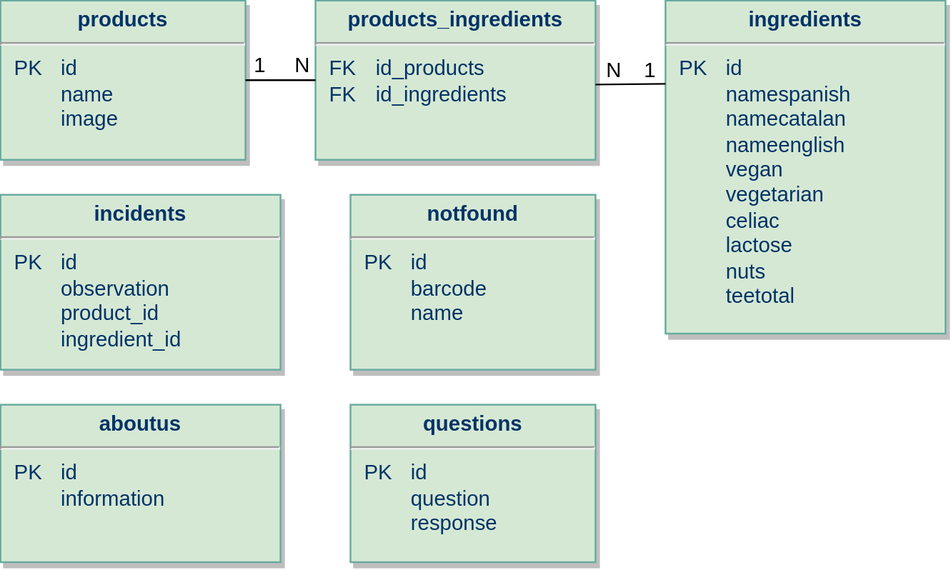
Before: Diagramas/Diagrama_Model-Relacional_TaamApp.svg, a diagram exported from draw.io (1601230/Taam-App). Source tidied: cells renumbered, new cells last; positions are measured from the earlier drawing's top-left corner, leaving out a move shared by most shapes.
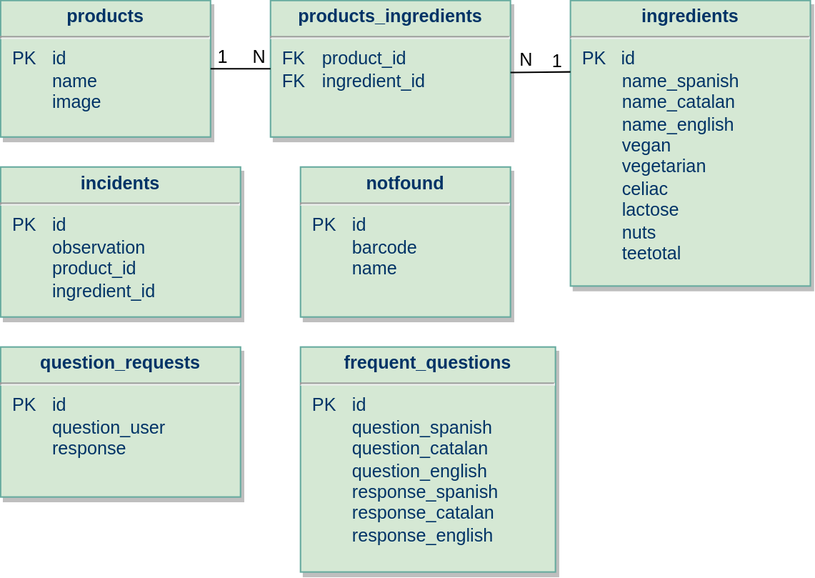
The same diagram one commit later.

Diff of the diagram source:
```diff
@@ -2,19 +2,19 @@
   <root>
     <mxCell id="0" />
     <mxCell id="1" parent="0" />
-    <mxCell id="2" value="&lt;p style=&quot;margin: 4px 0px 0px; text-align: center;&quot;&gt;&lt;b style=&quot;&quot;&gt;products_ingredients&lt;/b&gt;&lt;/p&gt;&lt;hr&gt;&lt;p style=&quot;margin: 0px; margin-left: 8px;&quot;&gt;FK&lt;span style=&quot;white-space: pre;&quot;&gt; &lt;span style=&quot;white-space: pre;&quot;&gt;&#9;&lt;/span&gt;&lt;/span&gt;id_products&lt;br&gt;&lt;/p&gt;&lt;p style=&quot;margin: 0px; margin-left: 8px;&quot;&gt;FK&lt;span style=&quot;white-space: pre;&quot;&gt; &lt;span style=&quot;white-space: pre;&quot;&gt;&#9;&lt;/span&gt;&lt;/span&gt;id_ingredients&lt;/p&gt;" style="verticalAlign=top;align=left;overflow=fill;fontSize=12;fontFamily=Helvetica;html=1;strokeColor=#67AB9F;shadow=1;fillColor=#D5E8D4;fontColor=#003366;" parent="1" vertex="1">
+    <mxCell id="2" value="&lt;p style=&quot;margin: 4px 0px 0px; text-align: center;&quot;&gt;&lt;b style=&quot;&quot;&gt;products_ingredients&lt;/b&gt;&lt;/p&gt;&lt;hr&gt;&lt;p style=&quot;margin: 0px; margin-left: 8px;&quot;&gt;FK&lt;span style=&quot;white-space: pre;&quot;&gt; &lt;span style=&quot;white-space: pre;&quot;&gt; &lt;span style=&quot;white-space: pre;&quot;&gt;&#9;&lt;/span&gt;&lt;/span&gt;&lt;/span&gt;product_id&lt;br&gt;&lt;/p&gt;&lt;p style=&quot;margin: 0px; margin-left: 8px;&quot;&gt;FK&lt;span style=&quot;white-space: pre;&quot;&gt; &lt;span style=&quot;white-space: pre;&quot;&gt; &lt;span style=&quot;white-space: pre;&quot;&gt;&#9;&lt;/span&gt;&lt;/span&gt;&lt;/span&gt;ingredient_id&lt;/p&gt;" style="verticalAlign=top;align=left;overflow=fill;fontSize=12;fontFamily=Helvetica;html=1;strokeColor=#67AB9F;shadow=1;fillColor=#D5E8D4;fontColor=#003366;" parent="1" vertex="1">
       <mxGeometry x="180" width="160" height="91" as="geometry" />
     </mxCell>
-    <mxCell id="3" value="&lt;p style=&quot;margin: 4px 0px 0px; text-align: center;&quot;&gt;&lt;b style=&quot;&quot;&gt;notfound&lt;/b&gt;&lt;/p&gt;&lt;hr&gt;&lt;p style=&quot;margin: 0px; margin-left: 8px;&quot;&gt;PK&lt;span style=&quot;white-space: pre;&quot;&gt; &lt;span style=&quot;white-space: pre;&quot;&gt;&#9;&lt;/span&gt;&lt;/span&gt;id&lt;/p&gt;&lt;p style=&quot;margin: 0px; margin-left: 8px;&quot;&gt;&lt;span style=&quot;white-space: pre;&quot;&gt; &lt;span style=&quot;white-space: pre;&quot;&gt; &lt;span style=&quot;white-space: pre;&quot;&gt;&#9;&lt;/span&gt;&lt;/span&gt;&lt;/span&gt;barcode&lt;/p&gt;&lt;p style=&quot;margin: 0px; margin-left: 8px;&quot;&gt;&lt;span style=&quot;white-space: pre;&quot;&gt; &lt;span style=&quot;white-space: pre;&quot;&gt;&#9;&lt;/span&gt;&lt;/span&gt;name&lt;/p&gt;" style="verticalAlign=top;align=left;overflow=fill;fontSize=12;fontFamily=Helvetica;html=1;strokeColor=#67AB9F;shadow=1;fillColor=#D5E8D4;fontColor=#003366;" parent="1" vertex="1">
+    <mxCell id="3" value="&lt;p style=&quot;margin: 4px 0px 0px; text-align: center;&quot;&gt;&lt;b style=&quot;&quot;&gt;notfound&lt;/b&gt;&lt;/p&gt;&lt;hr&gt;&lt;p style=&quot;margin: 0px; margin-left: 8px;&quot;&gt;PK&lt;span style=&quot;white-space: pre;&quot;&gt; &lt;span style=&quot;white-space: pre;&quot;&gt; &lt;span style=&quot;white-space: pre;&quot;&gt;&#9;&lt;/span&gt;&lt;/span&gt;&lt;/span&gt;id&lt;/p&gt;&lt;p style=&quot;margin: 0px; margin-left: 8px;&quot;&gt;&lt;span style=&quot;white-space: pre;&quot;&gt; &lt;span style=&quot;white-space: pre;&quot;&gt; &lt;span style=&quot;white-space: pre;&quot;&gt; &lt;span style=&quot;white-space: pre;&quot;&gt;&#9;&lt;/span&gt;&lt;/span&gt;&lt;/span&gt;&lt;/span&gt;barcode&lt;/p&gt;&lt;p style=&quot;margin: 0px; margin-left: 8px;&quot;&gt;&lt;span style=&quot;white-space: pre;&quot;&gt; &lt;span style=&quot;white-space: pre;&quot;&gt; &lt;span style=&quot;white-space: pre;&quot;&gt;&#9;&lt;/span&gt;&lt;/span&gt;&lt;/span&gt;name&lt;/p&gt;" style="verticalAlign=top;align=left;overflow=fill;fontSize=12;fontFamily=Helvetica;html=1;strokeColor=#67AB9F;shadow=1;fillColor=#D5E8D4;fontColor=#003366;" parent="1" vertex="1">
       <mxGeometry x="200" y="111" width="140" height="100" as="geometry" />
     </mxCell>
-    <mxCell id="4" value="&lt;p style=&quot;margin: 4px 0px 0px; text-align: center;&quot;&gt;&lt;b style=&quot;&quot;&gt;incidents&lt;/b&gt;&lt;/p&gt;&lt;hr&gt;&lt;p style=&quot;margin: 0px; margin-left: 8px;&quot;&gt;PK&lt;span style=&quot;white-space: pre;&quot;&gt; &lt;span style=&quot;white-space: pre;&quot;&gt;&#9;&lt;/span&gt;&lt;/span&gt;id&lt;/p&gt;&lt;p style=&quot;margin: 0px; margin-left: 8px;&quot;&gt;&lt;span style=&quot;white-space: pre;&quot;&gt; &lt;span style=&quot;white-space: pre;&quot;&gt; &lt;span style=&quot;white-space: pre;&quot;&gt;&#9;&lt;/span&gt;&lt;/span&gt;&lt;/span&gt;observation&lt;/p&gt;&lt;p style=&quot;margin: 0px; margin-left: 8px;&quot;&gt;&lt;span style=&quot;white-space: pre;&quot;&gt; &lt;span style=&quot;white-space: pre;&quot;&gt; &lt;span style=&quot;white-space: pre;&quot;&gt;&#9;&lt;/span&gt;&lt;/span&gt;&lt;/span&gt;product_id&lt;/p&gt;&lt;p style=&quot;margin: 0px; margin-left: 8px;&quot;&gt;&lt;span style=&quot;white-space: pre;&quot;&gt; &lt;span style=&quot;white-space: pre;&quot;&gt; &lt;span style=&quot;white-space: pre;&quot;&gt;&#9;&lt;/span&gt;&lt;/span&gt;&lt;/span&gt;ingredient_id&lt;/p&gt;" style="verticalAlign=top;align=left;overflow=fill;fontSize=12;fontFamily=Helvetica;html=1;strokeColor=#67AB9F;shadow=1;fillColor=#D5E8D4;fontColor=#003366;" parent="1" vertex="1">
+    <mxCell id="4" value="&lt;p style=&quot;margin: 4px 0px 0px; text-align: center;&quot;&gt;&lt;b style=&quot;&quot;&gt;incidents&lt;/b&gt;&lt;/p&gt;&lt;hr&gt;&lt;p style=&quot;margin: 0px; margin-left: 8px;&quot;&gt;PK&lt;span style=&quot;white-space: pre;&quot;&gt; &lt;span style=&quot;white-space: pre;&quot;&gt; &lt;span style=&quot;white-space: pre;&quot;&gt;&#9;&lt;/span&gt;&lt;/span&gt;&lt;/span&gt;id&lt;/p&gt;&lt;p style=&quot;margin: 0px; margin-left: 8px;&quot;&gt;&lt;span style=&quot;white-space: pre;&quot;&gt; &lt;span style=&quot;white-space: pre;&quot;&gt; &lt;span style=&quot;white-space: pre;&quot;&gt; &lt;span style=&quot;white-space: pre;&quot;&gt;&#9;&lt;/span&gt;&lt;/span&gt;&lt;/span&gt;&lt;/span&gt;observation&lt;/p&gt;&lt;p style=&quot;margin: 0px; margin-left: 8px;&quot;&gt;&lt;span style=&quot;white-space: pre;&quot;&gt; &lt;span style=&quot;white-space: pre;&quot;&gt; &lt;span style=&quot;white-space: pre;&quot;&gt; &lt;span style=&quot;white-space: pre;&quot;&gt;&#9;&lt;/span&gt;&lt;/span&gt;&lt;/span&gt;&lt;/span&gt;product_id&lt;/p&gt;&lt;p style=&quot;margin: 0px; margin-left: 8px;&quot;&gt;&lt;span style=&quot;white-space: pre;&quot;&gt; &lt;span style=&quot;white-space: pre;&quot;&gt; &lt;span style=&quot;white-space: pre;&quot;&gt; &lt;span style=&quot;white-space: pre;&quot;&gt;&#9;&lt;/span&gt;&lt;/span&gt;&lt;/span&gt;&lt;/span&gt;ingredient_id&lt;/p&gt;" style="verticalAlign=top;align=left;overflow=fill;fontSize=12;fontFamily=Helvetica;html=1;strokeColor=#67AB9F;shadow=1;fillColor=#D5E8D4;fontColor=#003366;" parent="1" vertex="1">
       <mxGeometry y="111" width="160" height="100" as="geometry" />
     </mxCell>
-    <mxCell id="5" value="&lt;p style=&quot;margin: 4px 0px 0px; text-align: center;&quot;&gt;&lt;b style=&quot;&quot;&gt;ingredients&lt;/b&gt;&lt;/p&gt;&lt;hr&gt;&lt;p style=&quot;margin: 0px; margin-left: 8px;&quot;&gt;PK&lt;span style=&quot;white-space: pre;&quot;&gt; &lt;span style=&quot;white-space: pre;&quot;&gt; &lt;span style=&quot;white-space: pre;&quot;&gt;&#9;&lt;/span&gt;&lt;/span&gt;&lt;/span&gt;id&lt;/p&gt;&lt;p style=&quot;margin: 0px; margin-left: 8px;&quot;&gt;&lt;span style=&quot;white-space: pre;&quot;&gt; &lt;span style=&quot;white-space: pre;&quot;&gt; &lt;span style=&quot;white-space: pre;&quot;&gt;&#9;&lt;/span&gt;&lt;/span&gt;&lt;/span&gt;namespanish&lt;/p&gt;&lt;p style=&quot;margin: 0px; margin-left: 8px;&quot;&gt;&lt;span style=&quot;white-space: pre;&quot;&gt; &lt;span style=&quot;white-space: pre;&quot;&gt; &lt;span style=&quot;white-space: pre;&quot;&gt;&#9;&lt;/span&gt;&lt;/span&gt;&lt;/span&gt;namecatalan&lt;/p&gt;&lt;p style=&quot;margin: 0px; margin-left: 8px;&quot;&gt;&lt;span style=&quot;white-space: pre;&quot;&gt; &lt;span style=&quot;white-space: pre;&quot;&gt; &lt;span style=&quot;white-space: pre;&quot;&gt;&#9;&lt;/span&gt;&lt;/span&gt;&lt;/span&gt;nameenglish&lt;/p&gt;&lt;p style=&quot;margin: 0px; margin-left: 8px;&quot;&gt;&lt;span style=&quot;white-space: pre;&quot;&gt; &lt;span style=&quot;white-space: pre;&quot;&gt; &lt;span style=&quot;white-space: pre;&quot;&gt;&#9;&lt;/span&gt;&lt;/span&gt;&lt;/span&gt;vegan&lt;/p&gt;&lt;p style=&quot;margin: 0px; margin-left: 8px;&quot;&gt;&lt;span style=&quot;white-space: pre;&quot;&gt; &lt;span style=&quot;white-space: pre;&quot;&gt; &lt;span style=&quot;white-space: pre;&quot;&gt;&#9;&lt;/span&gt;&lt;/span&gt;&lt;/span&gt;vegetarian&lt;/p&gt;&lt;p style=&quot;margin: 0px; margin-left: 8px;&quot;&gt;&lt;span style=&quot;white-space: pre;&quot;&gt; &lt;span style=&quot;white-space: pre;&quot;&gt; &lt;span style=&quot;white-space: pre;&quot;&gt;&#9;&lt;/span&gt;&lt;/span&gt;&lt;/span&gt;celiac&lt;/p&gt;&lt;p style=&quot;margin: 0px; margin-left: 8px;&quot;&gt;&lt;span style=&quot;white-space: pre;&quot;&gt; &lt;span style=&quot;white-space: pre;&quot;&gt; &lt;span style=&quot;white-space: pre;&quot;&gt;&#9;&lt;/span&gt;&lt;/span&gt;&lt;/span&gt;lactose&lt;/p&gt;&lt;p style=&quot;margin: 0px; margin-left: 8px;&quot;&gt;&lt;span style=&quot;white-space: pre;&quot;&gt; &lt;span style=&quot;white-space: pre;&quot;&gt; &lt;span style=&quot;white-space: pre;&quot;&gt;&#9;&lt;/span&gt;&lt;/span&gt;&lt;/span&gt;nuts&lt;/p&gt;&lt;p style=&quot;margin: 0px; margin-left: 8px;&quot;&gt;&lt;span style=&quot;white-space: pre;&quot;&gt; &lt;span style=&quot;white-space: pre;&quot;&gt; &lt;span style=&quot;white-space: pre;&quot;&gt;&#9;&lt;/span&gt;&lt;/span&gt;&lt;/span&gt;teetotal&lt;/p&gt;" style="verticalAlign=top;align=left;overflow=fill;fontSize=12;fontFamily=Helvetica;html=1;strokeColor=#67AB9F;shadow=1;fillColor=#D5E8D4;fontColor=#003366;" parent="1" vertex="1">
+    <mxCell id="5" value="&lt;p style=&quot;margin: 4px 0px 0px; text-align: center;&quot;&gt;&lt;b style=&quot;&quot;&gt;ingredients&lt;/b&gt;&lt;/p&gt;&lt;hr&gt;&lt;p style=&quot;margin: 0px; margin-left: 8px;&quot;&gt;PK&lt;span style=&quot;white-space: pre;&quot;&gt; &lt;span style=&quot;white-space: pre;&quot;&gt; &lt;span style=&quot;white-space: pre;&quot;&gt; &lt;/span&gt;&lt;/span&gt;&lt;/span&gt;id&lt;/p&gt;&lt;p style=&quot;margin: 0px; margin-left: 8px;&quot;&gt;&lt;span style=&quot;white-space: pre;&quot;&gt; &lt;span style=&quot;white-space: pre;&quot;&gt; &lt;span style=&quot;white-space: pre;&quot;&gt; &lt;span style=&quot;white-space: pre;&quot;&gt;&#9;&lt;/span&gt;&lt;/span&gt;&lt;/span&gt;&lt;/span&gt;name_spanish&lt;/p&gt;&lt;p style=&quot;margin: 0px; margin-left: 8px;&quot;&gt;&lt;span style=&quot;white-space: pre;&quot;&gt; &lt;span style=&quot;white-space: pre;&quot;&gt; &lt;span style=&quot;white-space: pre;&quot;&gt; &lt;span style=&quot;white-space: pre;&quot;&gt;&#9;&lt;/span&gt;&lt;/span&gt;&lt;/span&gt;&lt;/span&gt;name_catalan&lt;/p&gt;&lt;p style=&quot;margin: 0px; margin-left: 8px;&quot;&gt;&lt;span style=&quot;white-space: pre;&quot;&gt; &lt;span style=&quot;white-space: pre;&quot;&gt; &lt;span style=&quot;white-space: pre;&quot;&gt;&#9;&lt;/span&gt;&lt;/span&gt;&lt;/span&gt;name_english&lt;/p&gt;&lt;p style=&quot;margin: 0px; margin-left: 8px;&quot;&gt;&lt;span style=&quot;white-space: pre;&quot;&gt; &lt;span style=&quot;white-space: pre;&quot;&gt; &lt;span style=&quot;white-space: pre;&quot;&gt; &lt;span style=&quot;white-space: pre;&quot;&gt;&#9;&lt;/span&gt;&lt;/span&gt;&lt;/span&gt;&lt;/span&gt;vegan&lt;/p&gt;&lt;p style=&quot;margin: 0px; margin-left: 8px;&quot;&gt;&lt;span style=&quot;white-space: pre;&quot;&gt; &lt;span style=&quot;white-space: pre;&quot;&gt; &lt;span style=&quot;white-space: pre;&quot;&gt; &lt;span style=&quot;white-space: pre;&quot;&gt;&#9;&lt;/span&gt;&lt;/span&gt;&lt;/span&gt;&lt;/span&gt;vegetarian&lt;/p&gt;&lt;p style=&quot;margin: 0px; margin-left: 8px;&quot;&gt;&lt;span style=&quot;white-space: pre;&quot;&gt; &lt;span style=&quot;white-space: pre;&quot;&gt; &lt;span style=&quot;white-space: pre;&quot;&gt; &lt;span style=&quot;white-space: pre;&quot;&gt;&#9;&lt;/span&gt;&lt;/span&gt;&lt;/span&gt;&lt;/span&gt;celiac&lt;/p&gt;&lt;p style=&quot;margin: 0px; margin-left: 8px;&quot;&gt;&lt;span style=&quot;white-space: pre;&quot;&gt; &lt;span style=&quot;white-space: pre;&quot;&gt; &lt;span style=&quot;white-space: pre;&quot;&gt; &lt;span style=&quot;white-space: pre;&quot;&gt;&#9;&lt;/span&gt;&lt;/span&gt;&lt;/span&gt;&lt;/span&gt;lactose&lt;/p&gt;&lt;p style=&quot;margin: 0px; margin-left: 8px;&quot;&gt;&lt;span style=&quot;white-space: pre;&quot;&gt; &lt;span style=&quot;white-space: pre;&quot;&gt; &lt;span style=&quot;white-space: pre;&quot;&gt; &lt;span style=&quot;white-space: pre;&quot;&gt;&#9;&lt;/span&gt;&lt;/span&gt;&lt;/span&gt;&lt;/span&gt;nuts&lt;/p&gt;&lt;p style=&quot;margin: 0px; margin-left: 8px;&quot;&gt;&lt;span style=&quot;white-space: pre;&quot;&gt; &lt;span style=&quot;white-space: pre;&quot;&gt; &lt;span style=&quot;white-space: pre;&quot;&gt; &lt;span style=&quot;white-space: pre;&quot;&gt;&#9;&lt;/span&gt;&lt;/span&gt;&lt;/span&gt;&lt;/span&gt;teetotal&lt;/p&gt;" style="verticalAlign=top;align=left;overflow=fill;fontSize=12;fontFamily=Helvetica;html=1;strokeColor=#67AB9F;shadow=1;fillColor=#D5E8D4;fontColor=#003366;" parent="1" vertex="1">
       <mxGeometry x="380" width="160" height="190.4" as="geometry" />
     </mxCell>
-    <mxCell id="6" value="&lt;p style=&quot;margin: 4px 0px 0px; text-align: center;&quot;&gt;&lt;b style=&quot;&quot;&gt;products&lt;/b&gt;&lt;/p&gt;&lt;hr&gt;&lt;p style=&quot;margin: 0px; margin-left: 8px;&quot;&gt;PK&lt;span style=&quot;white-space: pre;&quot;&gt; &lt;span style=&quot;white-space: pre;&quot;&gt;&#9;&lt;/span&gt;&lt;/span&gt;id&lt;/p&gt;&lt;p style=&quot;margin: 0px; margin-left: 8px;&quot;&gt;&lt;span style=&quot;white-space: pre;&quot;&gt; &lt;span style=&quot;white-space: pre;&quot;&gt; &lt;span style=&quot;white-space: pre;&quot;&gt;&#9;&lt;/span&gt;&lt;/span&gt;&lt;/span&gt;name&lt;/p&gt;&lt;p style=&quot;margin: 0px; margin-left: 8px;&quot;&gt;&lt;span style=&quot;white-space: pre;&quot;&gt;&#9;&lt;/span&gt;image&lt;br&gt;&lt;/p&gt;" style="verticalAlign=top;align=left;overflow=fill;fontSize=12;fontFamily=Helvetica;html=1;strokeColor=#67AB9F;shadow=1;fillColor=#D5E8D4;fontColor=#003366;" parent="1" vertex="1">
+    <mxCell id="6" value="&lt;p style=&quot;margin: 4px 0px 0px; text-align: center;&quot;&gt;&lt;b style=&quot;&quot;&gt;products&lt;/b&gt;&lt;/p&gt;&lt;hr&gt;&lt;p style=&quot;margin: 0px; margin-left: 8px;&quot;&gt;PK&lt;span style=&quot;white-space: pre;&quot;&gt; &lt;span style=&quot;white-space: pre;&quot;&gt; &lt;span style=&quot;white-space: pre;&quot;&gt;&#9;&lt;/span&gt;&lt;/span&gt;&lt;/span&gt;id&lt;/p&gt;&lt;p style=&quot;margin: 0px; margin-left: 8px;&quot;&gt;&lt;span style=&quot;white-space: pre;&quot;&gt; &lt;span style=&quot;white-space: pre;&quot;&gt; &lt;span style=&quot;white-space: pre;&quot;&gt; &lt;span style=&quot;white-space: pre;&quot;&gt;&#9;&lt;/span&gt;&lt;/span&gt;&lt;/span&gt;&lt;/span&gt;name&lt;/p&gt;&lt;p style=&quot;margin: 0px; margin-left: 8px;&quot;&gt;&lt;span style=&quot;white-space: pre;&quot;&gt;&lt;span style=&quot;white-space: pre;&quot;&gt;&#9;&lt;/span&gt;&lt;/span&gt;image&lt;br&gt;&lt;/p&gt;" style="verticalAlign=top;align=left;overflow=fill;fontSize=12;fontFamily=Helvetica;html=1;strokeColor=#67AB9F;shadow=1;fillColor=#D5E8D4;fontColor=#003366;" parent="1" vertex="1">
       <mxGeometry width="140" height="91" as="geometry" />
     </mxCell>
     <mxCell id="7" style="endArrow=none;html=1;rounded=0;exitX=1;exitY=0.5;exitDx=0;exitDy=0;entryX=0;entryY=0.5;entryDx=0;entryDy=0;" parent="1" edge="1" source="6" target="2">
@@ -45,11 +45,11 @@
         <mxPoint x="16" as="offset" />
       </mxGeometry>
     </mxCell>
-    <mxCell id="13" value="&lt;p style=&quot;margin: 4px 0px 0px; text-align: center;&quot;&gt;&lt;b style=&quot;&quot;&gt;aboutus&lt;/b&gt;&lt;/p&gt;&lt;hr&gt;&lt;p style=&quot;margin: 0px; margin-left: 8px;&quot;&gt;PK&lt;span style=&quot;white-space: pre;&quot;&gt; &lt;span style=&quot;white-space: pre;&quot;&gt;&#9;&lt;/span&gt;&lt;/span&gt;id&lt;/p&gt;&lt;p style=&quot;margin: 0px; margin-left: 8px;&quot;&gt;&lt;span style=&quot;white-space: pre;&quot;&gt; &lt;span style=&quot;white-space: pre;&quot;&gt; &lt;span style=&quot;white-space: pre;&quot;&gt;&#9;&lt;/span&gt;information&lt;/span&gt;&lt;/span&gt;&lt;/p&gt;" style="verticalAlign=top;align=left;overflow=fill;fontSize=12;fontFamily=Helvetica;html=1;strokeColor=#67AB9F;shadow=1;fillColor=#D5E8D4;fontColor=#003366;" parent="1" vertex="1">
-      <mxGeometry y="231" width="160" height="90" as="geometry" />
+    <mxCell id="13" value="&lt;p style=&quot;margin: 4px 0px 0px; text-align: center;&quot;&gt;&lt;b style=&quot;&quot;&gt;question_requests&lt;/b&gt;&lt;/p&gt;&lt;hr&gt;&lt;p style=&quot;margin: 0px; margin-left: 8px;&quot;&gt;PK&lt;span style=&quot;white-space: pre;&quot;&gt; &lt;span style=&quot;white-space: pre;&quot;&gt; &lt;span style=&quot;white-space: pre;&quot;&gt;&#9;&lt;/span&gt;&lt;/span&gt;&lt;/span&gt;id&lt;/p&gt;&lt;p style=&quot;margin: 0px; margin-left: 8px;&quot;&gt;&lt;span style=&quot;white-space: pre; background-color: initial;&quot;&gt;&#9;&lt;/span&gt;&lt;span style=&quot;white-space: pre; background-color: initial;&quot;&gt;question_user&lt;/span&gt;&lt;br&gt;&lt;/p&gt;&lt;p style=&quot;margin: 0px; margin-left: 8px;&quot;&gt;&lt;span style=&quot;white-space: pre;&quot;&gt;&lt;span style=&quot;white-space: pre;&quot;&gt;&lt;span style=&quot;white-space: pre;&quot;&gt;&#9;&lt;/span&gt;response&lt;br&gt;&lt;/span&gt;&lt;/span&gt;&lt;/p&gt;" style="verticalAlign=top;align=left;overflow=fill;fontSize=12;fontFamily=Helvetica;html=1;strokeColor=#67AB9F;shadow=1;fillColor=#D5E8D4;fontColor=#003366;" parent="1" vertex="1">
+      <mxGeometry y="231" width="160" height="100" as="geometry" />
     </mxCell>
-    <mxCell id="14" value="&lt;p style=&quot;margin: 4px 0px 0px; text-align: center;&quot;&gt;&lt;b style=&quot;&quot;&gt;questions&lt;/b&gt;&lt;/p&gt;&lt;hr&gt;&lt;p style=&quot;margin: 0px; margin-left: 8px;&quot;&gt;PK&lt;span style=&quot;white-space: pre;&quot;&gt; &lt;span style=&quot;white-space: pre;&quot;&gt;&#9;&lt;/span&gt;&lt;/span&gt;id&lt;/p&gt;&lt;p style=&quot;margin: 0px; margin-left: 8px;&quot;&gt;&lt;span style=&quot;white-space: pre;&quot;&gt; &lt;span style=&quot;white-space: pre;&quot;&gt; &lt;span style=&quot;white-space: pre;&quot;&gt;&#9;&lt;/span&gt;question&lt;/span&gt;&lt;/span&gt;&lt;/p&gt;&lt;p style=&quot;margin: 0px; margin-left: 8px;&quot;&gt;&lt;span style=&quot;white-space: pre;&quot;&gt;&lt;span style=&quot;white-space: pre;&quot;&gt;&lt;span style=&quot;white-space: pre;&quot;&gt;&#9;&lt;/span&gt;response&lt;br&gt;&lt;/span&gt;&lt;/span&gt;&lt;/p&gt;" style="verticalAlign=top;align=left;overflow=fill;fontSize=12;fontFamily=Helvetica;html=1;strokeColor=#67AB9F;shadow=1;fillColor=#D5E8D4;fontColor=#003366;" parent="1" vertex="1">
-      <mxGeometry x="200" y="231" width="140" height="90" as="geometry" />
+    <mxCell id="14" value="&lt;p style=&quot;margin: 4px 0px 0px; text-align: center;&quot;&gt;&lt;b style=&quot;&quot;&gt;frequent_questions&lt;/b&gt;&lt;/p&gt;&lt;hr&gt;&lt;p style=&quot;margin: 0px; margin-left: 8px;&quot;&gt;PK&lt;span style=&quot;white-space: pre;&quot;&gt; &lt;span style=&quot;white-space: pre;&quot;&gt; &lt;span style=&quot;white-space: pre;&quot;&gt;&#9;&lt;/span&gt;&lt;/span&gt;&lt;/span&gt;id&lt;/p&gt;&lt;p style=&quot;margin: 0px; margin-left: 8px;&quot;&gt;&lt;span style=&quot;white-space: pre;&quot;&gt; &lt;span style=&quot;white-space: pre;&quot;&gt; &lt;span style=&quot;white-space: pre;&quot;&gt; &lt;span style=&quot;white-space: pre;&quot;&gt;&#9;&lt;/span&gt;&lt;/span&gt;question_spanish&lt;/span&gt;&lt;/span&gt;&lt;/p&gt;&lt;p style=&quot;margin: 0px; margin-left: 8px;&quot;&gt;&lt;span style=&quot;white-space: pre;&quot;&gt;&lt;span style=&quot;white-space: pre;&quot;&gt;&lt;span style=&quot;white-space: pre;&quot;&gt;&#9;&lt;/span&gt;question_catalan&lt;br&gt;&lt;/span&gt;&lt;/span&gt;&lt;/p&gt;&lt;p style=&quot;margin: 0px; margin-left: 8px;&quot;&gt;&lt;span style=&quot;white-space: pre;&quot;&gt;&lt;span style=&quot;white-space: pre;&quot;&gt;&lt;span style=&quot;white-space: pre;&quot;&gt;&#9;&lt;/span&gt;question_english&lt;/span&gt;&lt;/span&gt;&lt;/p&gt;&lt;p style=&quot;margin: 0px; margin-left: 8px;&quot;&gt;&lt;span style=&quot;white-space: pre;&quot;&gt;&lt;span style=&quot;white-space: pre;&quot;&gt;&lt;span style=&quot;white-space: pre;&quot;&gt; &lt;span style=&quot;white-space: pre;&quot;&gt;&#9;&lt;/span&gt;&lt;/span&gt;response_spanish&lt;br&gt;&lt;/span&gt;&lt;/span&gt;&lt;/p&gt;&lt;p style=&quot;margin: 0px; margin-left: 8px;&quot;&gt;&lt;span style=&quot;white-space: pre;&quot;&gt;&lt;span style=&quot;white-space: pre;&quot;&gt;&lt;span style=&quot;white-space: pre;&quot;&gt;&#9;&lt;/span&gt;response_catalan&lt;br&gt;&lt;/span&gt;&lt;/span&gt;&lt;/p&gt;&lt;p style=&quot;margin: 0px; margin-left: 8px;&quot;&gt;&lt;span style=&quot;white-space: pre;&quot;&gt;&lt;span style=&quot;white-space: pre;&quot;&gt;&lt;span style=&quot;white-space: pre;&quot;&gt;&#9;&lt;/span&gt;response_english&lt;br&gt;&lt;/span&gt;&lt;/span&gt;&lt;/p&gt;" style="verticalAlign=top;align=left;overflow=fill;fontSize=12;fontFamily=Helvetica;html=1;strokeColor=#67AB9F;shadow=1;fillColor=#D5E8D4;fontColor=#003366;" parent="1" vertex="1">
+      <mxGeometry x="200" y="231" width="170" height="150" as="geometry" />
     </mxCell>
   </root>
 </mxGraphModel>
```
